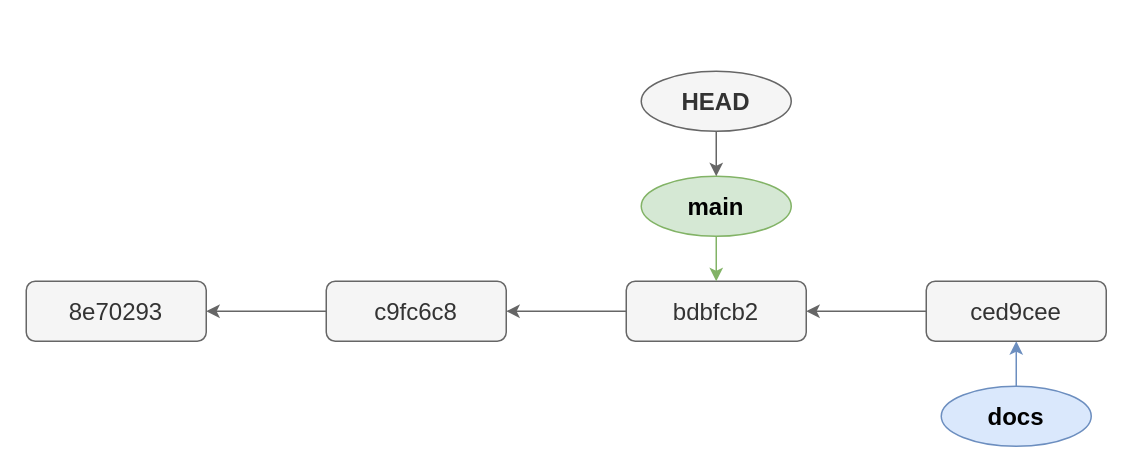
This is docs/apunts/img/branques/before_ff.drawio from joapuiib/curs-git, a draw.io file, before an edit. Source tidied: cells renumbered, new cells numbered last; positions are measured from the earlier drawing's top-left corner, leaving out a move shared by most shapes. Both pictures are drawn from the tidied source at 150%, with x=0, y=0 at pixel (26, 70).
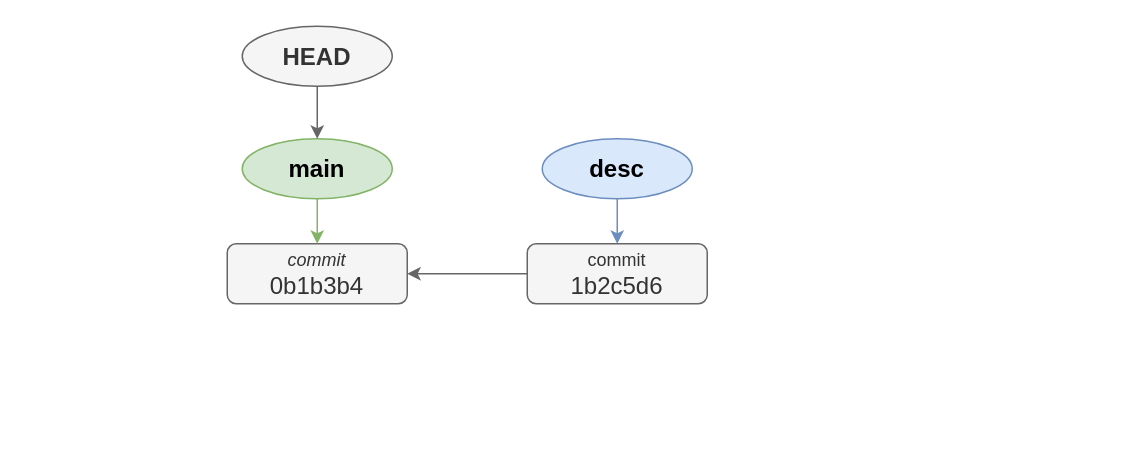
After the change.

Change to the diagram source:
```diff
@@
 <mxGraphModel>
   <root>
     <mxCell id="0" />
     <mxCell id="1" parent="0" />
-    <mxCell id="2" value="8e70293" style="rounded=1;whiteSpace=wrap;html=1;fontSize=16;fillColor=#f5f5f5;strokeColor=#666666;fontColor=#333333;" parent="1" vertex="1">
-      <mxGeometry y="140" width="120" height="40" as="geometry" />
-    </mxCell>
-    <mxCell id="3" style="edgeStyle=orthogonalEdgeStyle;rounded=0;jettySize=auto;html=1;exitX=0;exitY=0.5;exitDx=0;exitDy=0;fillColor=#f5f5f5;strokeColor=#666666;" parent="1" edge="1" source="4" target="2">
-      <mxGeometry relative="1" as="geometry" />
-    </mxCell>
-    <mxCell id="4" value="c9fc6c8" style="rounded=1;whiteSpace=wrap;html=1;fontSize=16;fillColor=#f5f5f5;strokeColor=#666666;fontColor=#333333;" parent="1" vertex="1">
-      <mxGeometry x="200" y="140" width="120" height="40" as="geometry" />
-    </mxCell>
-    <mxCell id="5" style="edgeStyle=orthogonalEdgeStyle;rounded=0;jettySize=auto;html=1;exitX=0;exitY=0.5;exitDx=0;exitDy=0;fillColor=#f5f5f5;strokeColor=#666666;" parent="1" edge="1" source="6" target="4">
-      <mxGeometry relative="1" as="geometry" />
-    </mxCell>
-    <mxCell id="6" value="bdbfcb2" style="rounded=1;whiteSpace=wrap;html=1;fontSize=16;fillColor=#f5f5f5;strokeColor=#666666;fontColor=#333333;" parent="1" vertex="1">
-      <mxGeometry x="400" y="140" width="120" height="40" as="geometry" />
-    </mxCell>
-    <mxCell id="7" style="rounded=0;jettySize=auto;html=1;exitX=0.5;exitY=1;exitDx=0;exitDy=0;fillColor=#d5e8d4;strokeColor=#82b366;" parent="1" edge="1" target="6">
-      <mxGeometry relative="1" as="geometry">
-        <mxPoint x="460" y="110" as="sourcePoint" />
-      </mxGeometry>
-    </mxCell>
+    <mxCell id="15" value="&lt;div style=&quot;line-height: 100%;&quot;&gt;&lt;i&gt;&lt;font style=&quot;font-size: 12px;&quot;&gt;commit&lt;/font&gt;&lt;/i&gt;&lt;/div&gt;0b1b3b4" style="rounded=1;whiteSpace=wrap;html=1;fontSize=16;fillColor=#f5f5f5;strokeColor=#666666;fontColor=#333333;" parent="1" vertex="1">
+      <mxGeometry x="134" y="115" width="120" height="40" as="geometry" />
+    </mxCell>
+    <mxCell id="16" style="rounded=0;jettySize=auto;html=1;exitX=0.5;exitY=1;exitDx=0;exitDy=0;fillColor=#d5e8d4;strokeColor=#82b366;" parent="1" edge="1" source="8" target="15">
+      <mxGeometry relative="1" as="geometry" />
+    </mxCell>
     <mxCell id="8" value="main" style="ellipse;whiteSpace=wrap;html=1;fillColor=#d5e8d4;strokeColor=#82b366;fontSize=16;fontStyle=1;" parent="1" vertex="1">
-      <mxGeometry x="410" y="70" width="100" height="40" as="geometry" />
+      <mxGeometry x="144" y="45" width="100" height="40" as="geometry" />
     </mxCell>
-    <mxCell id="9" style="edgeStyle=orthogonalEdgeStyle;rounded=0;jettySize=auto;html=1;exitX=0.5;exitY=1;exitDx=0;exitDy=0;fillColor=#f5f5f5;strokeColor=#666666;" parent="1" edge="1" source="10" target="8">
+    <mxCell id="9" style="edgeStyle=orthogonalEdgeStyle;rounded=0;jettySize=auto;html=1;exitX=0.5;exitY=1;exitDx=0;exitDy=0;fillColor=#f5f5f5;strokeColor=#666666;entryX=0.5;entryY=0;entryDx=0;entryDy=0;" parent="1" edge="1" source="10" target="8">
       <mxGeometry relative="1" as="geometry" />
     </mxCell>
     <mxCell id="10" value="HEAD" style="ellipse;whiteSpace=wrap;html=1;fillColor=#f5f5f5;strokeColor=#666666;fontSize=16;fontStyle=1;fontColor=#333333;" parent="1" vertex="1">
-      <mxGeometry x="410" width="100" height="40" as="geometry" />
+      <mxGeometry x="144" y="-30" width="100" height="40" as="geometry" />
     </mxCell>
-    <mxCell id="11" style="edgeStyle=orthogonalEdgeStyle;rounded=0;jettySize=auto;html=1;fillColor=#dae8fc;strokeColor=#6c8ebf;" parent="1" edge="1" source="12" target="14">
-      <mxGeometry relative="1" as="geometry" />
-    </mxCell>
-    <mxCell id="12" value="docs" style="ellipse;whiteSpace=wrap;html=1;fillColor=#dae8fc;strokeColor=#6c8ebf;fontSize=16;fontStyle=1;" parent="1" vertex="1">
-      <mxGeometry x="610" y="210" width="100" height="40" as="geometry" />
-    </mxCell>
-    <mxCell id="13" style="edgeStyle=orthogonalEdgeStyle;rounded=0;jettySize=auto;html=1;exitX=0;exitY=0.5;exitDx=0;exitDy=0;fillColor=#f5f5f5;strokeColor=#666666;" parent="1" edge="1" source="14" target="6">
-      <mxGeometry relative="1" as="geometry" />
-    </mxCell>
-    <mxCell id="14" value="ced9cee" style="rounded=1;whiteSpace=wrap;html=1;fontSize=16;fillColor=#f5f5f5;strokeColor=#666666;fontColor=#333333;" parent="1" vertex="1">
-      <mxGeometry x="600" y="140" width="120" height="40" as="geometry" />
-    </mxCell>
+    <mxCell id="17" style="edgeStyle=orthogonalEdgeStyle;rounded=0;jettySize=auto;html=1;exitX=0.5;exitY=1;exitDx=0;exitDy=0;fillColor=#dae8fc;strokeColor=#6c8ebf;" parent="1" edge="1" source="18" target="20">
+      <mxGeometry relative="1" as="geometry" />
+    </mxCell>
+    <mxCell id="18" value="desc" style="ellipse;whiteSpace=wrap;html=1;fillColor=#dae8fc;strokeColor=#6c8ebf;fontSize=16;fontStyle=1;" parent="1" vertex="1">
+      <mxGeometry x="344" y="45" width="100" height="40" as="geometry" />
+    </mxCell>
+    <mxCell id="19" style="edgeStyle=orthogonalEdgeStyle;rounded=0;jettySize=auto;html=1;exitX=0;exitY=0.5;exitDx=0;exitDy=0;fillColor=#f5f5f5;strokeColor=#666666;" parent="1" edge="1" source="20" target="15">
+      <mxGeometry relative="1" as="geometry" />
+    </mxCell>
+    <mxCell id="20" value="&lt;div style=&quot;line-height: 100%;&quot;&gt;&lt;font style=&quot;font-size: 12px;&quot;&gt;commit&lt;/font&gt;&lt;/div&gt;1b2c5d6" style="rounded=1;whiteSpace=wrap;html=1;fontSize=16;fillColor=#f5f5f5;strokeColor=#666666;fontColor=#333333;" parent="1" vertex="1">
+      <mxGeometry x="334" y="115" width="120" height="40" as="geometry" />
+    </mxCell>
   </root>
 </mxGraphModel>
```
